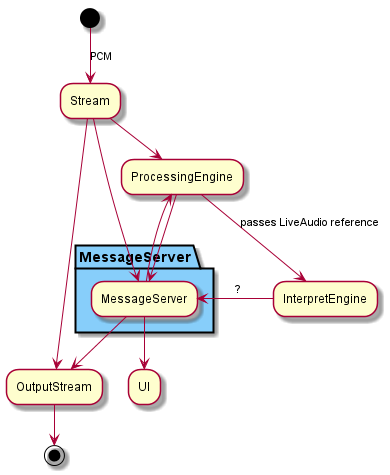
This is docs/ObserverMessagesActivity.png from maciejj04/Apollo, a PlantUML export, as it was before one commit.
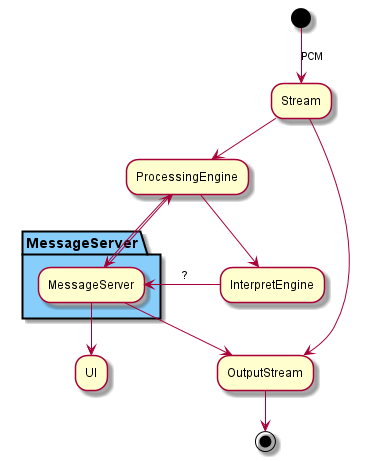
After the commit.

Change to the diagram source:
```diff
@@ -1,12 +1,11 @@
 @startuml
 (*)  --> [PCM]"Stream"
 -->  "ProcessingEngine"
---> [passes LiveAudio reference]"InterpretEngine"
+--> "InterpretEngine"
 "Stream"-->"OutputStream"
 "OutputStream"-->(*)
 
 partition MessageServer #LightSkyBlue {
-  "Stream" --> "MessageServer"
   "ProcessingEngine" --> "MessageServer"
   "InterpretEngine" -->   [         ?       ]"MessageServer"
 }
```
